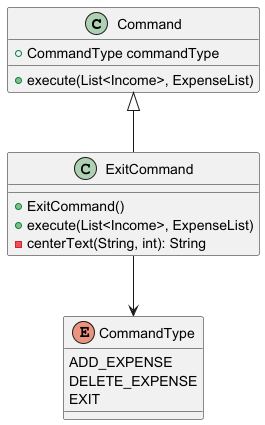
Earlier version of the PlantUML export docs/diagrams/exit_command_class_diagram.png (thienkimtranhoang/tp).
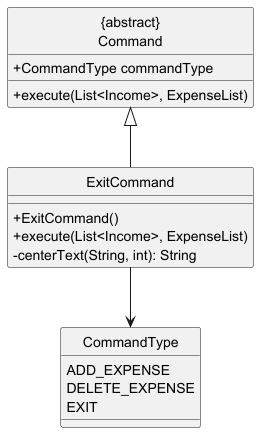
After the commit.

The edit, as a diff of the source:
```diff
@@ -1,5 +1,9 @@
 @startuml
-class Command {
+
+hide circle
+skinparam classAttributeIconSize 0
+
+class "{abstract}\nCommand" {
     + CommandType commandType
     + execute(List<Income>, ExpenseList)
 }
@@ -16,7 +20,7 @@
     EXIT
 }
 
-Command <|-- ExitCommand
+"{abstract}\nCommand" <|-- ExitCommand
 ExitCommand --> CommandType
 
 @enduml
```
